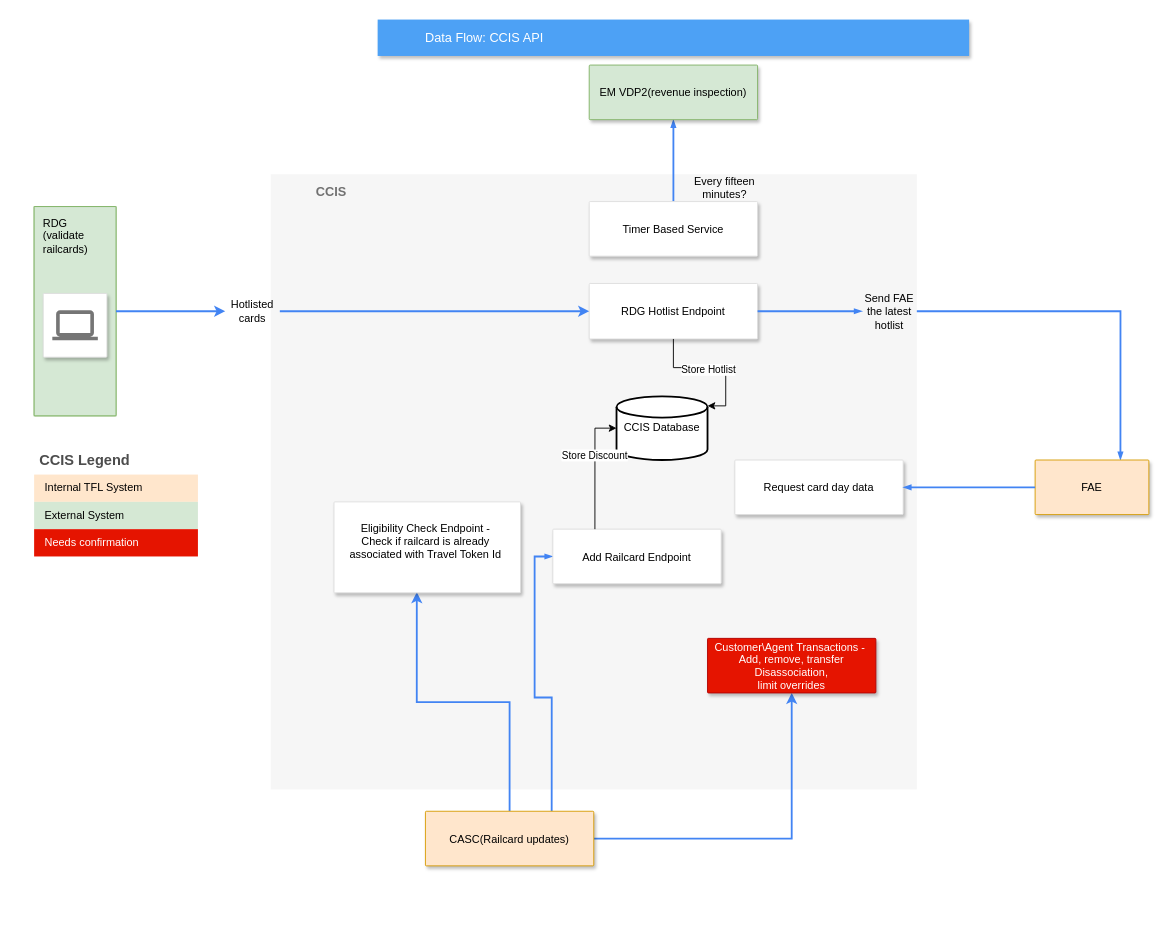
Before: CCIS-API.drawio in mattwatts36/drawings, a draw.io diagram. Source tidied: cells renumbered, new cells numbered last; positions are measured from the earlier drawing's top-left corner, leaving out a move shared by most shapes. Both pictures are drawn from the tidied source at 91%, with x=0, y=0 at pixel (34, 19).
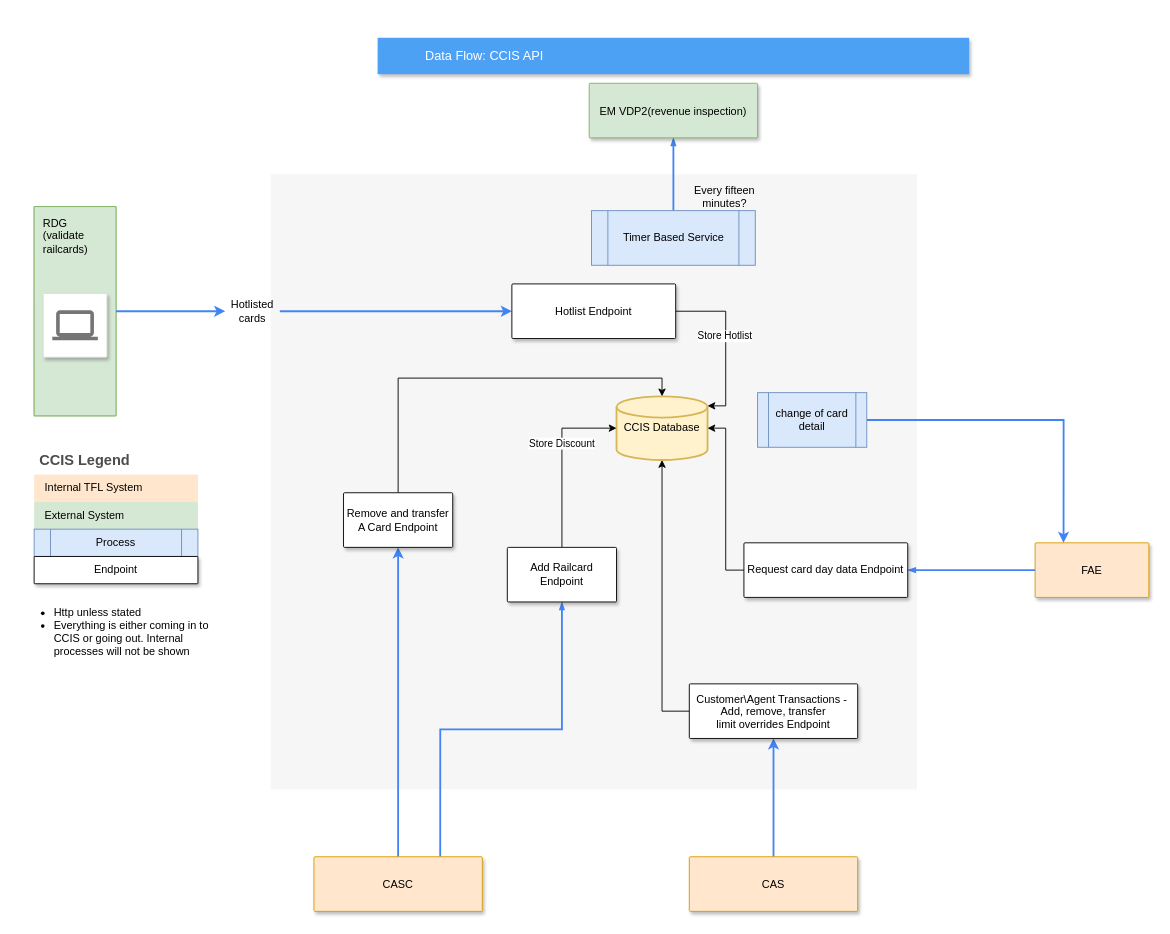
Above is the later version.

The change refers to these unchanged cells:
```xml
<mxCell id="28" value="Hotlisted cards" style="text;html=1;align=center;verticalAlign=middle;whiteSpace=wrap;rounded=0;" parent="1" vertex="1">
  <mxGeometry x="210" y="305.5" width="60" height="30" as="geometry" />
</mxCell>
```

The edit, as a diff of the source:
```diff
@@
-    <mxCell id="2" value="&lt;b&gt;CCIS&lt;/b&gt;" style="fillColor=#F6F6F6;strokeColor=none;shadow=0;gradientColor=none;fontSize=14;align=left;spacing=10;fontColor=#717171;9E9E9E;verticalAlign=top;spacingTop=-4;fontStyle=0;spacingLeft=40;html=1;" parent="1" vertex="1">
+    <mxCell id="2" style="fillColor=#F6F6F6;strokeColor=none;shadow=0;gradientColor=none;fontSize=14;align=left;spacing=10;fontColor=#717171;9E9E9E;verticalAlign=top;spacingTop=-4;fontStyle=0;spacingLeft=40;html=1;" parent="1" vertex="1">
       <mxGeometry x="260" y="170" width="710" height="676" as="geometry" />
     </mxCell>
     <mxCell id="3" value="Data Flow: CCIS API" style="fillColor=#4DA1F5;strokeColor=none;shadow=1;gradientColor=none;fontSize=14;align=left;spacingLeft=50;fontColor=#ffffff;html=1;" parent="1" vertex="1">
-      <mxGeometry x="377.5" width="650" height="40" as="geometry" />
+      <mxGeometry x="377.5" y="20" width="650" height="40" as="geometry" />
     </mxCell>
@@
-    <mxCell id="5" style="edgeStyle=orthogonalEdgeStyle;rounded=0;jettySize=auto;html=1;entryX=0.75;entryY=0;entryDx=0;entryDy=0;dashed=0;strokeColor=#4284F3;strokeWidth=2;align=left;verticalAlign=middle;fontFamily=Helvetica;fontSize=12;fontColor=#000000;labelBackgroundColor=none;elbow=vertical;startFill=1;startSize=4;endArrow=blockThin;endFill=1;endSize=4;" parent="1" edge="1" source="30" target="17">
-      <mxGeometry relative="1" as="geometry" />
-    </mxCell>
-    <mxCell id="6" value="RDG Hotlist Endpoint" style="strokeColor=#dddddd;shadow=1;strokeWidth=1;rounded=1;absoluteArcSize=1;arcSize=2;" parent="1" vertex="1">
-      <mxGeometry x="610" y="290" width="185" height="61" as="geometry" />
-    </mxCell>
     <mxCell id="7" value="EM VDP2(revenue inspection)" style="strokeColor=#82b366;shadow=1;strokeWidth=1;rounded=1;absoluteArcSize=1;arcSize=2;fillColor=#d5e8d4;" parent="1" vertex="1">
-      <mxGeometry x="610" y="50" width="185" height="60" as="geometry" />
+      <mxGeometry x="610" y="70" width="185" height="60" as="geometry" />
     </mxCell>
-    <mxCell id="8" style="edgeStyle=orthogonalEdgeStyle;rounded=0;jettySize=auto;html=1;entryX=0;entryY=0.5;entryDx=0;entryDy=0;strokeColor=#4284F3;dashed=0;strokeWidth=2;align=left;verticalAlign=middle;fontFamily=Helvetica;fontSize=12;fontColor=#000000;labelBackgroundColor=none;elbow=vertical;startFill=1;startSize=4;endArrow=blockThin;endFill=1;endSize=4;exitX=0.75;exitY=0;exitDx=0;exitDy=0;" parent="1" edge="1" source="11" target="12">
+    <mxCell id="8" style="edgeStyle=orthogonalEdgeStyle;rounded=0;jettySize=auto;html=1;entryX=0.5;entryY=1;entryDx=0;entryDy=0;strokeColor=#4284F3;dashed=0;strokeWidth=2;align=left;verticalAlign=middle;fontFamily=Helvetica;fontSize=12;fontColor=#000000;labelBackgroundColor=none;elbow=vertical;startFill=1;startSize=4;endArrow=blockThin;endFill=1;endSize=4;exitX=0.75;exitY=0;exitDx=0;exitDy=0;" parent="1" edge="1" source="11" target="12">
       <mxGeometry relative="1" as="geometry" />
     </mxCell>
-    <mxCell id="9" style="edgeStyle=orthogonalEdgeStyle;rounded=0;jettySize=auto;html=1;exitX=0.5;exitY=0;exitDx=0;exitDy=0;entryX=0.444;entryY=0.993;entryDx=0;entryDy=0;strokeWidth=2;strokeColor=#4284F3;entryPerimeter=0;" parent="1" edge="1" source="11" target="24">
-      <mxGeometry relative="1" as="geometry" />
-    </mxCell>
-    <mxCell id="10" style="edgeStyle=orthogonalEdgeStyle;rounded=0;jettySize=auto;html=1;exitX=1;exitY=0.5;exitDx=0;exitDy=0;entryX=0.5;entryY=1;entryDx=0;entryDy=0;strokeWidth=2;strokeColor=#4284F3;" parent="1" edge="1" source="11" target="25">
+    <mxCell id="10" style="edgeStyle=orthogonalEdgeStyle;rounded=0;jettySize=auto;html=1;entryX=0.5;entryY=1;entryDx=0;entryDy=0;strokeWidth=2;strokeColor=#4284F3;" parent="1" edge="1" source="43" target="25">
       <mxGeometry relative="1" as="geometry" />
     </mxCell>
+    <mxCell id="41" style="edgeStyle=orthogonalEdgeStyle;rounded=0;jettySize=auto;html=1;strokeColor=#4284F3;strokeWidth=2;" parent="1" edge="1" source="11" target="45">
+      <mxGeometry relative="1" as="geometry" />
+    </mxCell>
-    <mxCell id="11" value="CASC(Railcard updates)" style="strokeColor=#d79b00;shadow=1;strokeWidth=1;rounded=1;absoluteArcSize=1;arcSize=2;fillColor=#ffe6cc;" parent="1" vertex="1">
-      <mxGeometry x="430" y="870" width="185" height="60" as="geometry" />
+    <mxCell id="11" value="CASC" style="strokeColor=#d79b00;shadow=1;strokeWidth=1;rounded=1;absoluteArcSize=1;arcSize=2;fillColor=#ffe6cc;" parent="1" vertex="1">
+      <mxGeometry x="307.5" y="920" width="185" height="60" as="geometry" />
     </mxCell>
-    <mxCell id="12" value="Add Railcard Endpoint" style="strokeColor=#dddddd;shadow=1;strokeWidth=1;rounded=1;absoluteArcSize=1;arcSize=2;" parent="1" vertex="1">
-      <mxGeometry x="570" y="560" width="185" height="60" as="geometry" />
-    </mxCell>
@@
     <mxCell id="17" value="FAE" style="strokeColor=#d79b00;shadow=1;strokeWidth=1;rounded=1;absoluteArcSize=1;arcSize=2;fillColor=#ffe6cc;" parent="1" vertex="1">
-      <mxGeometry x="1100" y="484" width="125" height="60" as="geometry" />
+      <mxGeometry x="1100" y="575" width="125" height="60" as="geometry" />
     </mxCell>
-    <mxCell id="18" value="Timer Based Service" style="strokeColor=#dddddd;shadow=1;strokeWidth=1;rounded=1;absoluteArcSize=1;arcSize=2;" parent="1" vertex="1">
-      <mxGeometry x="610" y="200" width="185" height="60" as="geometry" />
-    </mxCell>
-    <mxCell id="19" value="CCIS Database" style="strokeWidth=2;html=1;shape=mxgraph.flowchart.database;whiteSpace=wrap;" parent="1" vertex="1">
+    <mxCell id="19" value="CCIS Database" style="strokeWidth=2;html=1;shape=mxgraph.flowchart.database;whiteSpace=wrap;fillColor=#fff2cc;strokeColor=#d6b656;" parent="1" vertex="1">
       <mxGeometry x="640" y="414" width="100" height="70" as="geometry" />
     </mxCell>
-    <mxCell id="20" style="edgeStyle=orthogonalEdgeStyle;rounded=0;jettySize=auto;html=1;entryX=0;entryY=0.5;entryDx=0;entryDy=0;entryPerimeter=0;exitX=0.25;exitY=0;exitDx=0;exitDy=0;" parent="1" edge="1" source="12" target="19">
+    <mxCell id="20" style="edgeStyle=orthogonalEdgeStyle;rounded=0;jettySize=auto;html=1;entryX=0;entryY=0.5;entryDx=0;entryDy=0;entryPerimeter=0;exitX=0.5;exitY=0;exitDx=0;exitDy=0;" parent="1" edge="1" source="12" target="19">
       <mxGeometry relative="1" as="geometry" />
     </mxCell>
@@
-    <mxCell id="22" style="edgeStyle=orthogonalEdgeStyle;rounded=0;jettySize=auto;html=1;entryX=1;entryY=0.15;entryDx=0;entryDy=0;entryPerimeter=0;" parent="1" edge="1" source="6" target="19">
+    <mxCell id="22" style="edgeStyle=orthogonalEdgeStyle;rounded=0;jettySize=auto;html=1;entryX=1;entryY=0.15;entryDx=0;entryDy=0;entryPerimeter=0;exitX=1;exitY=0.5;exitDx=0;exitDy=0;" parent="1" edge="1" source="52" target="19">
       <mxGeometry relative="1" as="geometry" />
     </mxCell>
@@
-    <mxCell id="24" value="Eligibility Check Endpoint - &#10;Check if railcard is already &#10;associated with Travel Token Id &#10; " style="strokeColor=#dddddd;shadow=1;strokeWidth=1;rounded=1;absoluteArcSize=1;arcSize=2;fontStyle=0;" parent="1" vertex="1">
-      <mxGeometry x="329.5" y="530" width="205" height="100" as="geometry" />
-    </mxCell>
+    <mxCell id="42" style="edgeStyle=orthogonalEdgeStyle;rounded=0;jettySize=auto;html=1;exitX=0;exitY=0.5;exitDx=0;exitDy=0;entryX=0.5;entryY=1;entryDx=0;entryDy=0;entryPerimeter=0;" parent="1" edge="1" source="25" target="19">
+      <mxGeometry relative="1" as="geometry" />
+    </mxCell>
-    <mxCell id="25" value="Customer\Agent Transactions - &#10;Add, remove, transfer&#10;Disassociation,&#10;limit overrides" style="strokeColor=#B20000;shadow=1;strokeWidth=1;rounded=1;absoluteArcSize=1;arcSize=2;fillColor=#e51400;fontColor=#ffffff;" parent="1" vertex="1">
-      <mxGeometry x="740" y="680" width="185" height="60" as="geometry" />
+    <mxCell id="25" value="Customer\Agent Transactions - &#10;Add, remove, transfer&#10;limit overrides Endpoint" style="shadow=1;strokeWidth=1;rounded=1;absoluteArcSize=1;arcSize=2;" parent="1" vertex="1">
+      <mxGeometry x="720" y="730" width="185" height="60" as="geometry" />
     </mxCell>
-    <mxCell id="26" style="edgeStyle=orthogonalEdgeStyle;rounded=0;jettySize=auto;html=1;entryX=0;entryY=0.5;entryDx=0;entryDy=0;strokeWidth=2;strokeColor=#4284F3;exitX=1;exitY=0.5;exitDx=0;exitDy=0;" parent="1" edge="1" source="28" target="6">
+    <mxCell id="26" style="edgeStyle=orthogonalEdgeStyle;rounded=0;jettySize=auto;html=1;entryX=0;entryY=0.5;entryDx=0;entryDy=0;strokeWidth=2;strokeColor=#4284F3;exitX=1;exitY=0.5;exitDx=0;exitDy=0;" parent="1" edge="1" source="28" target="52">
       <mxGeometry relative="1" as="geometry" />
     </mxCell>
@@
-    <mxCell id="29" style="edgeStyle=orthogonalEdgeStyle;rounded=0;jettySize=auto;html=1;entryX=0;entryY=0.5;entryDx=0;entryDy=0;dashed=0;strokeColor=#4284F3;strokeWidth=2;align=left;verticalAlign=middle;fontFamily=Helvetica;fontSize=12;fontColor=#000000;labelBackgroundColor=none;elbow=vertical;startFill=1;startSize=4;endArrow=blockThin;endFill=1;endSize=4;" parent="1" edge="1" source="6" target="30">
-      <mxGeometry relative="1" as="geometry" />
-    </mxCell>
-    <mxCell id="30" value="Send FAE the latest hotlist" style="text;html=1;align=center;verticalAlign=middle;whiteSpace=wrap;rounded=0;" parent="1" vertex="1">
-      <mxGeometry x="910" y="305.5" width="60" height="30" as="geometry" />
-    </mxCell>
     <mxCell id="31" value="Every fifteen minutes?" style="text;html=1;align=center;verticalAlign=middle;whiteSpace=wrap;rounded=0;" parent="1" vertex="1">
-      <mxGeometry x="710" y="170" width="98" height="30" as="geometry" />
+      <mxGeometry x="710" y="180" width="98" height="30" as="geometry" />
     </mxCell>
-    <mxCell id="32" value="Request card day data" style="strokeColor=#dddddd;shadow=1;strokeWidth=1;rounded=1;absoluteArcSize=1;arcSize=2;" parent="1" vertex="1">
-      <mxGeometry x="770" y="484" width="185" height="60" as="geometry" />
-    </mxCell>
-    <mxCell id="33" style="edgeStyle=orthogonalEdgeStyle;rounded=0;jettySize=auto;html=1;entryX=1;entryY=0.5;entryDx=0;entryDy=0;dashed=0;strokeColor=#4284F3;strokeWidth=2;align=left;verticalAlign=middle;fontFamily=Helvetica;fontSize=12;fontColor=#000000;labelBackgroundColor=none;elbow=vertical;startFill=1;startSize=4;endArrow=blockThin;endFill=1;endSize=4;exitX=0;exitY=0.5;exitDx=0;exitDy=0;" parent="1" edge="1" source="17" target="32">
+    <mxCell id="33" style="edgeStyle=orthogonalEdgeStyle;rounded=0;jettySize=auto;html=1;entryX=1;entryY=0.5;entryDx=0;entryDy=0;dashed=0;strokeColor=#4284F3;strokeWidth=2;align=left;verticalAlign=middle;fontFamily=Helvetica;fontSize=12;fontColor=#000000;labelBackgroundColor=none;elbow=vertical;startFill=1;startSize=4;endArrow=blockThin;endFill=1;endSize=4;exitX=0;exitY=0.5;exitDx=0;exitDy=0;" parent="1" edge="1" source="17" target="51">
       <mxGeometry relative="1" as="geometry" />
     </mxCell>
     <mxCell id="34" value="CCIS Legend" style="shape=table;startSize=30;childLayout=tableLayout;fontSize=16;align=left;verticalAlign=top;fillColor=none;strokeColor=none;fontColor=#4D4D4D;fontStyle=1;spacingLeft=6;spacing=0;" parent="1" vertex="1">
-      <mxGeometry y="470" width="180" height="120" as="geometry" />
+      <mxGeometry y="470" width="180" height="90" as="geometry" />
     </mxCell>
@@
-    <mxCell id="39" style="shape=tableRow;horizontal=0;startSize=0;swimlaneHead=0;swimlaneBody=0;strokeColor=inherit;top=0;left=0;bottom=0;right=0;fillColor=none;fontSize=12;" parent="34" vertex="1">
-      <mxGeometry y="90" width="180" height="30" as="geometry" />
-    </mxCell>
-    <mxCell id="40" value="Needs confirmation" style="shape=partialRectangle;html=1;whiteSpace=wrap;strokeColor=#B20000;overflow=hidden;fillColor=#e51400;top=0;left=0;bottom=0;right=0;fontSize=12;align=left;fontColor=#ffffff;spacingLeft=10;spacingRight=4;" parent="39" vertex="1">
-      <mxGeometry width="180" height="30" as="geometry" />
-    </mxCell>
+    <mxCell id="43" value="CAS" style="strokeColor=#d79b00;shadow=1;strokeWidth=1;rounded=1;absoluteArcSize=1;arcSize=2;fillColor=#ffe6cc;" parent="1" vertex="1">
+      <mxGeometry x="720" y="920" width="185" height="60" as="geometry" />
+    </mxCell>
+    <mxCell id="44" style="edgeStyle=orthogonalEdgeStyle;rounded=0;jettySize=auto;html=1;exitX=0.5;exitY=0;exitDx=0;exitDy=0;entryX=0.5;entryY=0;entryDx=0;entryDy=0;entryPerimeter=0;" parent="1" edge="1" source="45" target="19">
+      <mxGeometry relative="1" as="geometry" />
+    </mxCell>
+    <mxCell id="45" value="Remove and transfer A Card Endpoint" style="whiteSpace=wrap;html=1;shadow=1;strokeWidth=1;rounded=1;arcSize=2;" parent="1" vertex="1">
+      <mxGeometry x="340" y="520" width="120" height="60" as="geometry" />
+    </mxCell>
+    <mxCell id="46" style="edgeStyle=orthogonalEdgeStyle;rounded=0;jettySize=auto;html=1;entryX=0.25;entryY=0;entryDx=0;entryDy=0;strokeWidth=2;strokeColor=#4284F3;" parent="1" edge="1" source="47" target="17">
+      <mxGeometry relative="1" as="geometry" />
+    </mxCell>
+    <mxCell id="47" value="change of card detail" style="shape=process;whiteSpace=wrap;html=1;backgroundOutline=1;fillColor=#dae8fc;strokeColor=#6c8ebf;" parent="1" vertex="1">
+      <mxGeometry x="795" y="410" width="120" height="60" as="geometry" />
+    </mxCell>
+    <mxCell id="48" value="Process" style="shape=process;whiteSpace=wrap;html=1;backgroundOutline=1;fillColor=#dae8fc;strokeColor=#6c8ebf;" parent="1" vertex="1">
+      <mxGeometry y="560" width="180" height="30" as="geometry" />
+    </mxCell>
+    <mxCell id="18" value="Timer Based Service" style="shape=process;whiteSpace=wrap;html=1;backgroundOutline=1;fillColor=#dae8fc;strokeColor=#6c8ebf;" parent="1" vertex="1">
+      <mxGeometry x="612.5" y="210" width="180" height="60" as="geometry" />
+    </mxCell>
+    <mxCell id="49" value="Endpoint" style="whiteSpace=wrap;html=1;shadow=1;strokeWidth=1;rounded=1;arcSize=2;" parent="1" vertex="1">
+      <mxGeometry y="590" width="180" height="30" as="geometry" />
+    </mxCell>
+    <mxCell id="12" value="Add Railcard Endpoint" style="whiteSpace=wrap;html=1;shadow=1;strokeWidth=1;rounded=1;arcSize=2;" parent="1" vertex="1">
+      <mxGeometry x="520" y="580" width="120" height="60" as="geometry" />
+    </mxCell>
+    <mxCell id="50" style="edgeStyle=orthogonalEdgeStyle;rounded=0;jettySize=auto;html=1;exitX=0;exitY=0.5;exitDx=0;exitDy=0;entryX=1;entryY=0.5;entryDx=0;entryDy=0;entryPerimeter=0;" parent="1" edge="1" source="51" target="19">
+      <mxGeometry relative="1" as="geometry" />
+    </mxCell>
+    <mxCell id="51" value="&lt;span style=&quot;text-wrap: nowrap;&quot;&gt;Request card day data Endpoint&lt;/span&gt;" style="whiteSpace=wrap;html=1;shadow=1;strokeWidth=1;rounded=1;arcSize=2;" parent="1" vertex="1">
+      <mxGeometry x="780" y="575" width="180" height="60" as="geometry" />
+    </mxCell>
+    <mxCell id="52" value="Hotlist Endpoint" style="whiteSpace=wrap;html=1;shadow=1;strokeWidth=1;rounded=1;arcSize=2;" parent="1" vertex="1">
+      <mxGeometry x="525" y="290.5" width="180" height="60" as="geometry" />
+    </mxCell>
+    <mxCell id="53" value="&lt;ul&gt;&lt;li&gt;Http unless stated&lt;/li&gt;&lt;li&gt;Everything is either coming in to CCIS or going out. Internal processes will not be shown&lt;/li&gt;&lt;/ul&gt;" style="text;strokeColor=none;fillColor=none;html=1;whiteSpace=wrap;verticalAlign=middle;overflow=hidden;" parent="1" vertex="1">
+      <mxGeometry x="-20" y="630" width="220" height="80" as="geometry" />
+    </mxCell>
```
